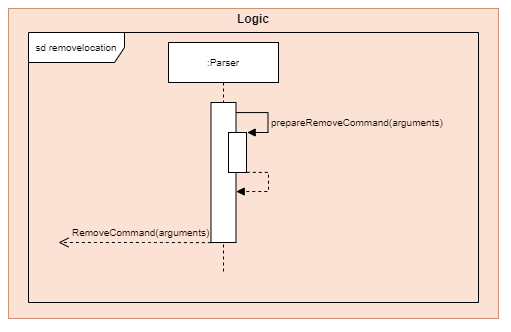
Earlier version of the draw.io export docs/images/diagrams/Sequence_Parser_Remove.png (nus-cs2113-AY2021S1/tp). Source tidied: cells renumbered, new cells last; positions are measured from the earlier drawing's top-left corner, leaving out a move shared by most shapes.
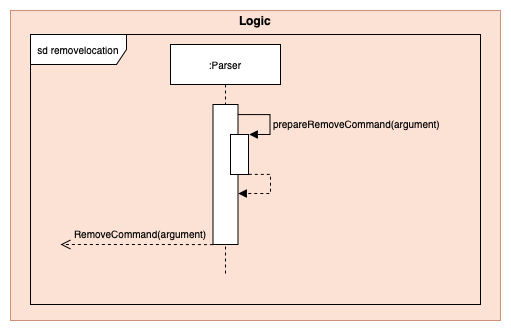
Later version of the same file.

Commit message:
Add Parser Sequence image in DG

The edit, as a diff of the source:
```diff
@@ -50,10 +50,10 @@
         </Array>
       </mxGeometry>
     </mxCell>
-    <mxCell id="12" value="&lt;span style=&quot;color: rgb(0, 0, 0); font-family: helvetica; font-size: 10px; font-style: normal; font-weight: 400; letter-spacing: normal; text-align: left; text-indent: 0px; text-transform: none; word-spacing: 0px; display: inline; float: none;&quot;&gt;prepareRemoveCommand(arguments)&lt;/span&gt;" style="text;whiteSpace=wrap;html=1;labelBackgroundColor=none;" parent="1" vertex="1">
+    <mxCell id="12" value="&lt;span style=&quot;color: rgb(0 , 0 , 0) ; font-family: &amp;#34;helvetica&amp;#34; ; font-size: 10px ; font-style: normal ; font-weight: 400 ; letter-spacing: normal ; text-align: left ; text-indent: 0px ; text-transform: none ; word-spacing: 0px ; display: inline ; float: none&quot;&gt;prepareRemoveCommand(argument)&lt;/span&gt;" style="text;whiteSpace=wrap;html=1;labelBackgroundColor=none;" parent="1" vertex="1">
       <mxGeometry x="261" y="100" width="180" height="30" as="geometry" />
     </mxCell>
-    <mxCell id="13" value="&lt;span style=&quot;color: rgb(0, 0, 0); font-family: helvetica; font-size: 10px; font-style: normal; font-weight: 400; letter-spacing: normal; text-align: center; text-indent: 0px; text-transform: none; word-spacing: 0px; display: inline; float: none;&quot;&gt;RemoveCommand(arguments)&lt;/span&gt;" style="text;whiteSpace=wrap;html=1;labelBackgroundColor=none;" parent="1" vertex="1">
+    <mxCell id="13" value="&lt;span style=&quot;color: rgb(0 , 0 , 0) ; font-family: &amp;#34;helvetica&amp;#34; ; font-size: 10px ; font-style: normal ; font-weight: 400 ; letter-spacing: normal ; text-align: center ; text-indent: 0px ; text-transform: none ; word-spacing: 0px ; display: inline ; float: none&quot;&gt;RemoveCommand(argument)&lt;/span&gt;" style="text;whiteSpace=wrap;html=1;labelBackgroundColor=none;" parent="1" vertex="1">
       <mxGeometry x="62" y="210" width="140" height="20" as="geometry" />
     </mxCell>
   </root>
```
